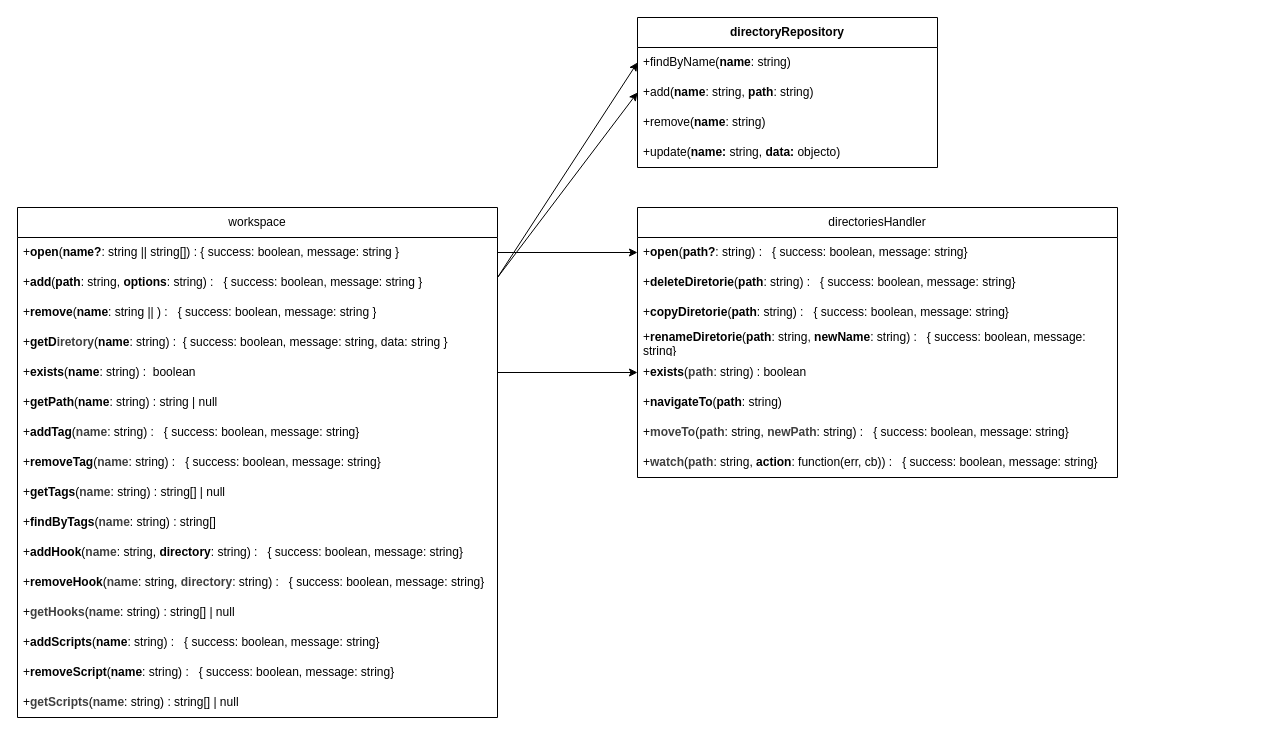
This is docs/draws.dio from LucasTrino/pjt, a draw.io file, before an edit. Source tidied: cells renumbered, new cells numbered last; positions are measured from the earlier drawing's top-left corner, leaving out a move shared by most shapes. Both pictures are drawn from the tidied source at 100%, with x=0, y=0 at pixel (17, 17).
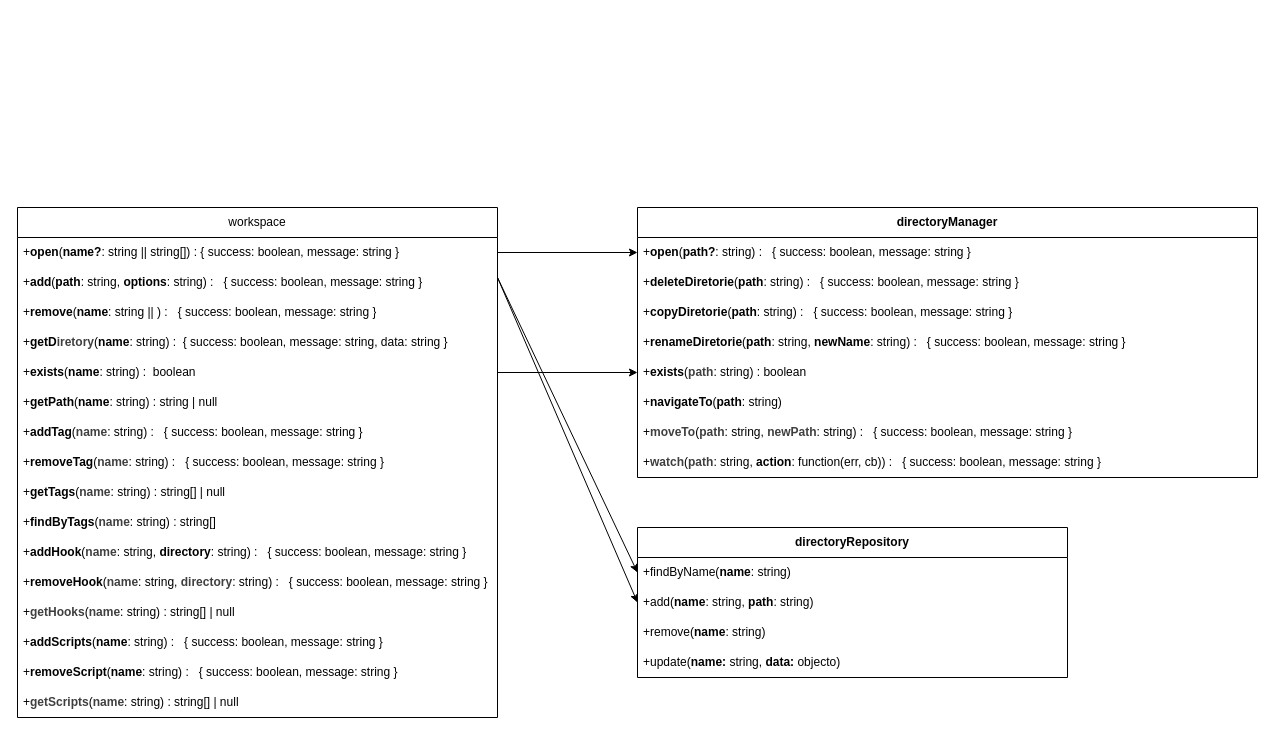
After the change.

Commit message (it also covers changes not shown here):
Add workspace algorithms for directory management

The change refers to these unchanged cells:
```xml
<mxCell id="2" value="workspace" style="swimlane;fontStyle=0;horizontal=1;startSize=30;whiteSpace=wrap;html=1;" parent="1" vertex="1">
  <mxGeometry y="190" width="480" height="510" as="geometry" />
</mxCell>
```

Diff of the diagram source:
```diff
@@
-    <mxCell id="9" value="+&lt;b&gt;addTag&lt;/b&gt;(&lt;b style=&quot;color: rgb(63, 63, 63); scrollbar-color: rgb(226, 226, 226) rgb(251, 251, 251);&quot;&gt;name&lt;/b&gt;: string) :&amp;nbsp;&lt;span style=&quot;color: rgb(0, 0, 0);&quot;&gt;&amp;nbsp; { success: boolean, message: string}&lt;/span&gt;" style="text;strokeColor=none;fillColor=none;align=left;verticalAlign=middle;spacingLeft=4;spacingRight=4;overflow=hidden;whiteSpace=wrap;html=1;" parent="2" vertex="1">
+    <mxCell id="9" value="+&lt;b&gt;addTag&lt;/b&gt;(&lt;b style=&quot;color: rgb(63, 63, 63); scrollbar-color: rgb(226, 226, 226) rgb(251, 251, 251);&quot;&gt;name&lt;/b&gt;: string) :&amp;nbsp;&lt;span style=&quot;color: rgb(0, 0, 0);&quot;&gt;&amp;nbsp; { success: boolean, message: string }&lt;/span&gt;" style="text;strokeColor=none;fillColor=none;align=left;verticalAlign=middle;spacingLeft=4;spacingRight=4;overflow=hidden;whiteSpace=wrap;html=1;" parent="2" vertex="1">
       <mxGeometry y="210" width="480" height="30" as="geometry" />
     </mxCell>
-    <mxCell id="10" value="+&lt;b&gt;removeTag&lt;/b&gt;(&lt;b style=&quot;color: rgb(63, 63, 63); scrollbar-color: rgb(226, 226, 226) rgb(251, 251, 251);&quot;&gt;name&lt;/b&gt;: string) :&amp;nbsp;&lt;span style=&quot;color: rgb(0, 0, 0);&quot;&gt;&amp;nbsp; { success: boolean, message: string}&lt;/span&gt;" style="text;strokeColor=none;fillColor=none;align=left;verticalAlign=middle;spacingLeft=4;spacingRight=4;overflow=hidden;whiteSpace=wrap;html=1;" parent="2" vertex="1">
+    <mxCell id="10" value="+&lt;b&gt;removeTag&lt;/b&gt;(&lt;b style=&quot;color: rgb(63, 63, 63); scrollbar-color: rgb(226, 226, 226) rgb(251, 251, 251);&quot;&gt;name&lt;/b&gt;: string) :&amp;nbsp;&lt;span style=&quot;color: rgb(0, 0, 0);&quot;&gt;&amp;nbsp; { success: boolean, message: string }&lt;/span&gt;" style="text;strokeColor=none;fillColor=none;align=left;verticalAlign=middle;spacingLeft=4;spacingRight=4;overflow=hidden;whiteSpace=wrap;html=1;" parent="2" vertex="1">
       <mxGeometry y="240" width="480" height="30" as="geometry" />
     </mxCell>
@@
-    <mxCell id="13" value="+&lt;b&gt;addHook&lt;/b&gt;(&lt;b style=&quot;color: rgb(63, 63, 63); scrollbar-color: rgb(226, 226, 226) rgb(251, 251, 251);&quot;&gt;name&lt;/b&gt;: string, &lt;b&gt;directory&lt;/b&gt;: string) :&amp;nbsp;&lt;span style=&quot;color: rgb(0, 0, 0);&quot;&gt;&amp;nbsp; { success: boolean, message: string}&lt;/span&gt;" style="text;strokeColor=none;fillColor=none;align=left;verticalAlign=middle;spacingLeft=4;spacingRight=4;overflow=hidden;whiteSpace=wrap;html=1;" parent="2" vertex="1">
+    <mxCell id="13" value="+&lt;b&gt;addHook&lt;/b&gt;(&lt;b style=&quot;color: rgb(63, 63, 63); scrollbar-color: rgb(226, 226, 226) rgb(251, 251, 251);&quot;&gt;name&lt;/b&gt;: string, &lt;b&gt;directory&lt;/b&gt;: string) :&amp;nbsp;&lt;span style=&quot;color: rgb(0, 0, 0);&quot;&gt;&amp;nbsp; { success: boolean, message: string }&lt;/span&gt;" style="text;strokeColor=none;fillColor=none;align=left;verticalAlign=middle;spacingLeft=4;spacingRight=4;overflow=hidden;whiteSpace=wrap;html=1;" parent="2" vertex="1">
       <mxGeometry y="330" width="480" height="30" as="geometry" />
     </mxCell>
-    <mxCell id="14" value="+&lt;b&gt;removeHook&lt;/b&gt;(&lt;b style=&quot;scrollbar-color: rgb(226, 226, 226) rgb(251, 251, 251); color: rgb(63, 63, 63);&quot;&gt;name&lt;/b&gt;&lt;span style=&quot;color: rgb(0, 0, 0);&quot;&gt;: string,&amp;nbsp;&lt;/span&gt;&lt;b style=&quot;color: rgb(63, 63, 63); scrollbar-color: rgb(226, 226, 226) rgb(251, 251, 251);&quot;&gt;directory&lt;/b&gt;&lt;span style=&quot;color: rgb(0, 0, 0);&quot;&gt;: string&lt;/span&gt;) :&amp;nbsp;&lt;span style=&quot;color: rgb(0, 0, 0);&quot;&gt;&amp;nbsp; { success: boolean, message: string}&lt;/span&gt;" style="text;strokeColor=none;fillColor=none;align=left;verticalAlign=middle;spacingLeft=4;spacingRight=4;overflow=hidden;whiteSpace=wrap;html=1;" parent="2" vertex="1">
+    <mxCell id="14" value="+&lt;b&gt;removeHook&lt;/b&gt;(&lt;b style=&quot;scrollbar-color: rgb(226, 226, 226) rgb(251, 251, 251); color: rgb(63, 63, 63);&quot;&gt;name&lt;/b&gt;&lt;span style=&quot;color: rgb(0, 0, 0);&quot;&gt;: string,&amp;nbsp;&lt;/span&gt;&lt;b style=&quot;color: rgb(63, 63, 63); scrollbar-color: rgb(226, 226, 226) rgb(251, 251, 251);&quot;&gt;directory&lt;/b&gt;&lt;span style=&quot;color: rgb(0, 0, 0);&quot;&gt;: string&lt;/span&gt;) :&amp;nbsp;&lt;span style=&quot;color: rgb(0, 0, 0);&quot;&gt;&amp;nbsp; { success: boolean, message: string }&lt;/span&gt;" style="text;strokeColor=none;fillColor=none;align=left;verticalAlign=middle;spacingLeft=4;spacingRight=4;overflow=hidden;whiteSpace=wrap;html=1;" parent="2" vertex="1">
       <mxGeometry y="360" width="480" height="30" as="geometry" />
     </mxCell>
@@
-    <mxCell id="16" value="+&lt;b&gt;addScripts&lt;/b&gt;(&lt;b&gt;name&lt;/b&gt;: string) :&amp;nbsp;&lt;span style=&quot;color: rgb(0, 0, 0);&quot;&gt;&amp;nbsp; { success: boolean, message: string}&lt;/span&gt;" style="text;strokeColor=none;fillColor=none;align=left;verticalAlign=middle;spacingLeft=4;spacingRight=4;overflow=hidden;whiteSpace=wrap;html=1;" parent="2" vertex="1">
+    <mxCell id="16" value="+&lt;b&gt;addScripts&lt;/b&gt;(&lt;b&gt;name&lt;/b&gt;: string) :&amp;nbsp;&lt;span style=&quot;color: rgb(0, 0, 0);&quot;&gt;&amp;nbsp; { success: boolean, message: string }&lt;/span&gt;" style="text;strokeColor=none;fillColor=none;align=left;verticalAlign=middle;spacingLeft=4;spacingRight=4;overflow=hidden;whiteSpace=wrap;html=1;" parent="2" vertex="1">
       <mxGeometry y="420" width="480" height="30" as="geometry" />
     </mxCell>
-    <mxCell id="17" value="+&lt;b&gt;removeScript&lt;/b&gt;(&lt;b&gt;name&lt;/b&gt;: string) :&amp;nbsp;&lt;span style=&quot;color: rgb(0, 0, 0);&quot;&gt;&amp;nbsp; { success: boolean, message: string}&lt;/span&gt;" style="text;strokeColor=none;fillColor=none;align=left;verticalAlign=middle;spacingLeft=4;spacingRight=4;overflow=hidden;whiteSpace=wrap;html=1;" parent="2" vertex="1">
+    <mxCell id="17" value="+&lt;b&gt;removeScript&lt;/b&gt;(&lt;b&gt;name&lt;/b&gt;: string) :&amp;nbsp;&lt;span style=&quot;color: rgb(0, 0, 0);&quot;&gt;&amp;nbsp; { success: boolean, message: string }&lt;/span&gt;" style="text;strokeColor=none;fillColor=none;align=left;verticalAlign=middle;spacingLeft=4;spacingRight=4;overflow=hidden;whiteSpace=wrap;html=1;" parent="2" vertex="1">
       <mxGeometry y="450" width="480" height="30" as="geometry" />
     </mxCell>
@@
-    <mxCell id="19" value="directoriesHandler" style="swimlane;fontStyle=0;horizontal=1;startSize=30;whiteSpace=wrap;html=1;" parent="1" vertex="1">
-      <mxGeometry x="620" y="190" width="480" height="270" as="geometry" />
+    <mxCell id="19" value="&lt;b&gt;directoryManager&lt;/b&gt;" style="swimlane;fontStyle=0;horizontal=1;startSize=30;whiteSpace=wrap;html=1;" parent="1" vertex="1">
+      <mxGeometry x="620" y="190" width="620" height="270" as="geometry" />
     </mxCell>
-    <mxCell id="20" value="+&lt;b&gt;open&lt;/b&gt;(&lt;b&gt;path?&lt;/b&gt;: string) :&amp;nbsp;&lt;span style=&quot;color: rgb(0, 0, 0);&quot;&gt;&amp;nbsp; { success: boolean, message: string}&lt;/span&gt;" style="text;strokeColor=none;fillColor=none;align=left;verticalAlign=middle;spacingLeft=4;spacingRight=4;overflow=hidden;points=[[0,0.5],[1,0.5]];portConstraint=eastwest;whiteSpace=wrap;html=1;" parent="19" vertex="1">
-      <mxGeometry y="30" width="480" height="30" as="geometry" />
+    <mxCell id="20" value="+&lt;b&gt;open&lt;/b&gt;(&lt;b&gt;path?&lt;/b&gt;: string) :&amp;nbsp;&lt;span style=&quot;color: rgb(0, 0, 0);&quot;&gt;&amp;nbsp; { success: boolean, message: string }&lt;/span&gt;" style="text;strokeColor=none;fillColor=none;align=left;verticalAlign=middle;spacingLeft=4;spacingRight=4;overflow=hidden;points=[[0,0.5],[1,0.5]];portConstraint=eastwest;whiteSpace=wrap;html=1;" parent="19" vertex="1">
+      <mxGeometry y="30" width="620" height="30" as="geometry" />
     </mxCell>
-    <mxCell id="21" value="+&lt;b&gt;deleteDiretorie&lt;/b&gt;(&lt;b&gt;path&lt;/b&gt;: string)&amp;nbsp;&lt;span style=&quot;color: rgb(0, 0, 0);&quot;&gt;:&amp;nbsp;&lt;/span&gt;&lt;span style=&quot;color: rgb(0, 0, 0);&quot;&gt;&amp;nbsp; { success: boolean, message: string}&lt;/span&gt;" style="text;strokeColor=none;fillColor=none;align=left;verticalAlign=middle;spacingLeft=4;spacingRight=4;overflow=hidden;whiteSpace=wrap;html=1;" parent="19" vertex="1">
-      <mxGeometry y="60" width="480" height="30" as="geometry" />
+    <mxCell id="21" value="+&lt;b&gt;deleteDiretorie&lt;/b&gt;(&lt;b&gt;path&lt;/b&gt;: string)&amp;nbsp;&lt;span style=&quot;color: rgb(0, 0, 0);&quot;&gt;:&amp;nbsp;&lt;/span&gt;&lt;span style=&quot;color: rgb(0, 0, 0);&quot;&gt;&amp;nbsp; { success: boolean, message: string }&lt;/span&gt;" style="text;strokeColor=none;fillColor=none;align=left;verticalAlign=middle;spacingLeft=4;spacingRight=4;overflow=hidden;whiteSpace=wrap;html=1;" parent="19" vertex="1">
+      <mxGeometry y="60" width="620" height="30" as="geometry" />
     </mxCell>
-    <mxCell id="22" value="+&lt;b&gt;copyDiretorie&lt;/b&gt;(&lt;b&gt;path&lt;/b&gt;: string)&amp;nbsp;&lt;span style=&quot;color: rgb(0, 0, 0);&quot;&gt;:&amp;nbsp;&lt;/span&gt;&lt;span style=&quot;color: rgb(0, 0, 0);&quot;&gt;&amp;nbsp; { success: boolean, message: string}&lt;/span&gt;" style="text;strokeColor=none;fillColor=none;align=left;verticalAlign=middle;spacingLeft=4;spacingRight=4;overflow=hidden;whiteSpace=wrap;html=1;" parent="19" vertex="1">
-      <mxGeometry y="90" width="480" height="30" as="geometry" />
+    <mxCell id="22" value="+&lt;b&gt;copyDiretorie&lt;/b&gt;(&lt;b&gt;path&lt;/b&gt;: string)&amp;nbsp;&lt;span style=&quot;color: rgb(0, 0, 0);&quot;&gt;:&amp;nbsp;&lt;/span&gt;&lt;span style=&quot;color: rgb(0, 0, 0);&quot;&gt;&amp;nbsp; { success: boolean, message: string }&lt;/span&gt;" style="text;strokeColor=none;fillColor=none;align=left;verticalAlign=middle;spacingLeft=4;spacingRight=4;overflow=hidden;whiteSpace=wrap;html=1;" parent="19" vertex="1">
+      <mxGeometry y="90" width="620" height="30" as="geometry" />
     </mxCell>
-    <mxCell id="23" value="+&lt;b&gt;renameDiretorie&lt;/b&gt;(&lt;b&gt;path&lt;/b&gt;: string, &lt;b&gt;newName&lt;/b&gt;: string)&amp;nbsp;&lt;span style=&quot;color: rgb(0, 0, 0);&quot;&gt;:&amp;nbsp;&lt;/span&gt;&lt;span style=&quot;color: rgb(0, 0, 0);&quot;&gt;&amp;nbsp; { success: boolean, message: string}&lt;/span&gt;" style="text;strokeColor=none;fillColor=none;align=left;verticalAlign=middle;spacingLeft=4;spacingRight=4;overflow=hidden;whiteSpace=wrap;html=1;" parent="19" vertex="1">
-      <mxGeometry y="120" width="480" height="30" as="geometry" />
+    <mxCell id="23" value="+&lt;b&gt;renameDiretorie&lt;/b&gt;(&lt;b&gt;path&lt;/b&gt;: string, &lt;b&gt;newName&lt;/b&gt;: string)&amp;nbsp;&lt;span style=&quot;color: rgb(0, 0, 0);&quot;&gt;:&amp;nbsp;&lt;/span&gt;&lt;span style=&quot;color: rgb(0, 0, 0);&quot;&gt;&amp;nbsp; { success: boolean, message: string }&lt;/span&gt;" style="text;strokeColor=none;fillColor=none;align=left;verticalAlign=middle;spacingLeft=4;spacingRight=4;overflow=hidden;whiteSpace=wrap;html=1;" parent="19" vertex="1">
+      <mxGeometry y="120" width="620" height="30" as="geometry" />
     </mxCell>
     <mxCell id="24" value="&lt;span style=&quot;color: rgb(0, 0, 0);&quot;&gt;+&lt;b&gt;exists&lt;/b&gt;(&lt;/span&gt;&lt;b style=&quot;color: rgb(63, 63, 63); scrollbar-color: rgb(226, 226, 226) rgb(251, 251, 251);&quot;&gt;path&lt;/b&gt;&lt;span style=&quot;color: rgb(0, 0, 0);&quot;&gt;: string&lt;/span&gt;&lt;span style=&quot;color: rgb(0, 0, 0);&quot;&gt;)&amp;nbsp;&lt;/span&gt;&lt;span style=&quot;scrollbar-color: rgb(226, 226, 226) rgb(251, 251, 251); color: rgb(0, 0, 0);&quot;&gt;: boolean&lt;/span&gt;" style="text;strokeColor=none;fillColor=none;align=left;verticalAlign=middle;spacingLeft=4;spacingRight=4;overflow=hidden;points=[[0,0.5],[1,0.5]];portConstraint=eastwest;whiteSpace=wrap;html=1;" parent="19" vertex="1">
-      <mxGeometry y="150" width="480" height="30" as="geometry" />
+      <mxGeometry y="150" width="620" height="30" as="geometry" />
     </mxCell>
     <mxCell id="25" value="+&lt;b&gt;navigateTo&lt;/b&gt;(&lt;b&gt;path&lt;/b&gt;: string)" style="text;strokeColor=none;fillColor=none;align=left;verticalAlign=middle;spacingLeft=4;spacingRight=4;overflow=hidden;whiteSpace=wrap;html=1;" parent="19" vertex="1">
-      <mxGeometry y="180" width="480" height="30" as="geometry" />
+      <mxGeometry y="180" width="620" height="30" as="geometry" />
     </mxCell>
-    <mxCell id="26" value="&lt;span style=&quot;color: rgb(0, 0, 0);&quot;&gt;+&lt;/span&gt;&lt;b style=&quot;color: rgb(63, 63, 63); scrollbar-color: rgb(226, 226, 226) rgb(251, 251, 251);&quot;&gt;moveTo&lt;/b&gt;&lt;span style=&quot;color: rgb(0, 0, 0);&quot;&gt;(&lt;/span&gt;&lt;b style=&quot;color: rgb(63, 63, 63); scrollbar-color: rgb(226, 226, 226) rgb(251, 251, 251);&quot;&gt;path&lt;/b&gt;&lt;span style=&quot;color: rgb(0, 0, 0);&quot;&gt;: string,&amp;nbsp;&lt;/span&gt;&lt;b style=&quot;color: rgb(63, 63, 63); scrollbar-color: rgb(226, 226, 226) rgb(251, 251, 251);&quot;&gt;newPath&lt;/b&gt;&lt;span style=&quot;color: rgb(0, 0, 0);&quot;&gt;: string)&amp;nbsp;&lt;/span&gt;&lt;span style=&quot;scrollbar-color: rgb(226, 226, 226) rgb(251, 251, 251); color: rgb(0, 0, 0);&quot;&gt;:&amp;nbsp;&lt;/span&gt;&lt;span style=&quot;color: rgb(0, 0, 0);&quot;&gt;&amp;nbsp; { success: boolean, message: string}&lt;/span&gt;" style="text;strokeColor=none;fillColor=none;align=left;verticalAlign=middle;spacingLeft=4;spacingRight=4;overflow=hidden;whiteSpace=wrap;html=1;" parent="19" vertex="1">
-      <mxGeometry y="210" width="480" height="30" as="geometry" />
+    <mxCell id="26" value="&lt;span style=&quot;color: rgb(0, 0, 0);&quot;&gt;+&lt;/span&gt;&lt;b style=&quot;color: rgb(63, 63, 63); scrollbar-color: rgb(226, 226, 226) rgb(251, 251, 251);&quot;&gt;moveTo&lt;/b&gt;&lt;span style=&quot;color: rgb(0, 0, 0);&quot;&gt;(&lt;/span&gt;&lt;b style=&quot;color: rgb(63, 63, 63); scrollbar-color: rgb(226, 226, 226) rgb(251, 251, 251);&quot;&gt;path&lt;/b&gt;&lt;span style=&quot;color: rgb(0, 0, 0);&quot;&gt;: string,&amp;nbsp;&lt;/span&gt;&lt;b style=&quot;color: rgb(63, 63, 63); scrollbar-color: rgb(226, 226, 226) rgb(251, 251, 251);&quot;&gt;newPath&lt;/b&gt;&lt;span style=&quot;color: rgb(0, 0, 0);&quot;&gt;: string)&amp;nbsp;&lt;/span&gt;&lt;span style=&quot;scrollbar-color: rgb(226, 226, 226) rgb(251, 251, 251); color: rgb(0, 0, 0);&quot;&gt;:&amp;nbsp;&lt;/span&gt;&lt;span style=&quot;color: rgb(0, 0, 0);&quot;&gt;&amp;nbsp; { success: boolean, message: string }&lt;/span&gt;" style="text;strokeColor=none;fillColor=none;align=left;verticalAlign=middle;spacingLeft=4;spacingRight=4;overflow=hidden;whiteSpace=wrap;html=1;" parent="19" vertex="1">
+      <mxGeometry y="210" width="620" height="30" as="geometry" />
     </mxCell>
-    <mxCell id="27" value="&lt;span style=&quot;color: rgb(0, 0, 0);&quot;&gt;+&lt;/span&gt;&lt;b style=&quot;color: rgb(63, 63, 63); scrollbar-color: rgb(226, 226, 226) rgb(251, 251, 251);&quot;&gt;watch&lt;/b&gt;&lt;span style=&quot;color: rgb(0, 0, 0);&quot;&gt;(&lt;/span&gt;&lt;b style=&quot;color: rgb(63, 63, 63); scrollbar-color: rgb(226, 226, 226) rgb(251, 251, 251);&quot;&gt;path&lt;/b&gt;&lt;span style=&quot;color: rgb(0, 0, 0);&quot;&gt;: string, &lt;b&gt;action&lt;/b&gt;: function(err, cb)&lt;/span&gt;&lt;span style=&quot;color: rgb(0, 0, 0);&quot;&gt;)&amp;nbsp;&lt;/span&gt;&lt;span style=&quot;scrollbar-color: rgb(226, 226, 226) rgb(251, 251, 251); color: rgb(0, 0, 0);&quot;&gt;:&amp;nbsp;&lt;/span&gt;&lt;span style=&quot;color: rgb(0, 0, 0);&quot;&gt;&amp;nbsp; { success: boolean, message: string}&lt;/span&gt;" style="text;strokeColor=none;fillColor=none;align=left;verticalAlign=middle;spacingLeft=4;spacingRight=4;overflow=hidden;whiteSpace=wrap;html=1;" parent="19" vertex="1">
-      <mxGeometry y="240" width="480" height="30" as="geometry" />
+    <mxCell id="27" value="&lt;span style=&quot;color: rgb(0, 0, 0);&quot;&gt;+&lt;/span&gt;&lt;b style=&quot;color: rgb(63, 63, 63); scrollbar-color: rgb(226, 226, 226) rgb(251, 251, 251);&quot;&gt;watch&lt;/b&gt;&lt;span style=&quot;color: rgb(0, 0, 0);&quot;&gt;(&lt;/span&gt;&lt;b style=&quot;color: rgb(63, 63, 63); scrollbar-color: rgb(226, 226, 226) rgb(251, 251, 251);&quot;&gt;path&lt;/b&gt;&lt;span style=&quot;color: rgb(0, 0, 0);&quot;&gt;: string, &lt;b&gt;action&lt;/b&gt;: function(err, cb)&lt;/span&gt;&lt;span style=&quot;color: rgb(0, 0, 0);&quot;&gt;)&amp;nbsp;&lt;/span&gt;&lt;span style=&quot;scrollbar-color: rgb(226, 226, 226) rgb(251, 251, 251); color: rgb(0, 0, 0);&quot;&gt;:&amp;nbsp;&lt;/span&gt;&lt;span style=&quot;color: rgb(0, 0, 0);&quot;&gt;&amp;nbsp; { success: boolean, message: string }&lt;/span&gt;" style="text;strokeColor=none;fillColor=none;align=left;verticalAlign=middle;spacingLeft=4;spacingRight=4;overflow=hidden;whiteSpace=wrap;html=1;" parent="19" vertex="1">
+      <mxGeometry y="240" width="620" height="30" as="geometry" />
     </mxCell>
@@
     <mxCell id="30" value="&lt;b&gt;directoryRepository&lt;/b&gt;" style="swimlane;fontStyle=0;horizontal=1;startSize=30;whiteSpace=wrap;html=1;" parent="1" vertex="1">
-      <mxGeometry x="620" width="300" height="150" as="geometry" />
+      <mxGeometry x="620" y="510" width="430" height="150" as="geometry" />
     </mxCell>
     <mxCell id="31" value="+findByName(&lt;b&gt;name&lt;/b&gt;: string)" style="text;strokeColor=none;fillColor=none;align=left;verticalAlign=middle;spacingLeft=4;spacingRight=4;overflow=hidden;points=[[0,0.5],[1,0.5]];portConstraint=eastwest;whiteSpace=wrap;html=1;" parent="30" vertex="1">
-      <mxGeometry y="30" width="300" height="30" as="geometry" />
+      <mxGeometry y="30" width="430" height="30" as="geometry" />
     </mxCell>
     <mxCell id="32" value="&lt;span style=&quot;color: rgb(0, 0, 0);&quot;&gt;+add(&lt;b&gt;name&lt;/b&gt;: string, &lt;b&gt;path&lt;/b&gt;: string)&lt;/span&gt;" style="text;strokeColor=none;fillColor=none;align=left;verticalAlign=middle;spacingLeft=4;spacingRight=4;overflow=hidden;points=[[0,0.5],[1,0.5]];portConstraint=eastwest;whiteSpace=wrap;html=1;" parent="30" vertex="1">
-      <mxGeometry y="60" width="300" height="30" as="geometry" />
+      <mxGeometry y="60" width="430" height="30" as="geometry" />
     </mxCell>
     <mxCell id="33" value="+remove(&lt;b&gt;name&lt;/b&gt;: string)" style="text;strokeColor=none;fillColor=none;align=left;verticalAlign=middle;spacingLeft=4;spacingRight=4;overflow=hidden;whiteSpace=wrap;html=1;" parent="30" vertex="1">
-      <mxGeometry y="90" width="300" height="30" as="geometry" />
+      <mxGeometry y="90" width="430" height="30" as="geometry" />
     </mxCell>
     <mxCell id="34" value="+update(&lt;b&gt;name:&lt;/b&gt;&amp;nbsp;string, &lt;b&gt;data: &lt;/b&gt;objecto)" style="text;strokeColor=none;fillColor=none;align=left;verticalAlign=middle;spacingLeft=4;spacingRight=4;overflow=hidden;whiteSpace=wrap;html=1;" parent="30" vertex="1">
-      <mxGeometry y="120" width="300" height="30" as="geometry" />
+      <mxGeometry y="120" width="430" height="30" as="geometry" />
     </mxCell>
```
